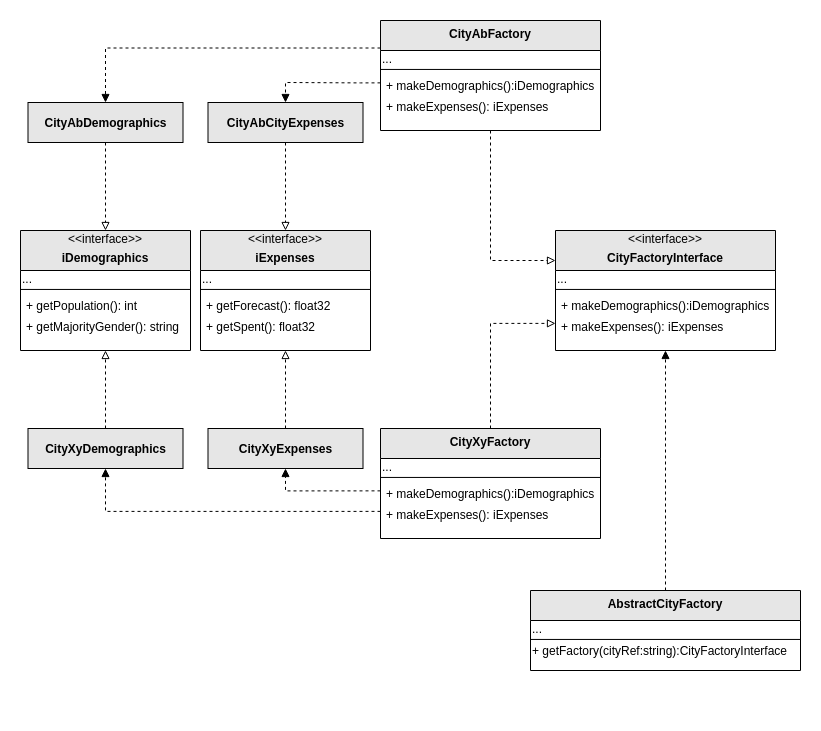
The draw.io diagram AbstractFactory/sample.png in marcelkohl/go-design-patterns, before a commit. Source tidied: cells renumbered, new cells last; positions are measured from the earlier drawing's top-left corner, leaving out a move shared by most shapes.
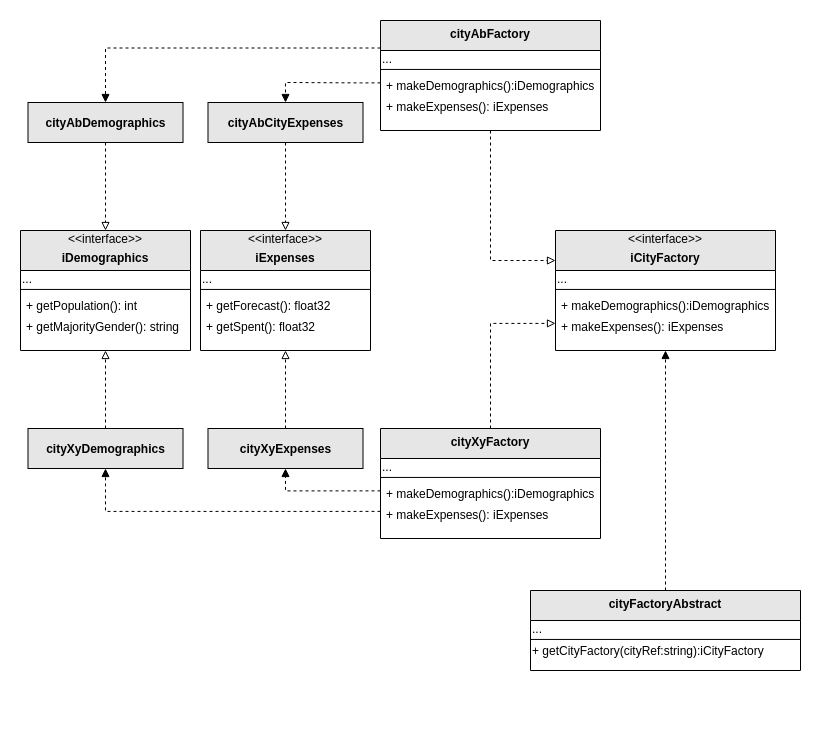
After the change.

Commit message:
implemented demographics and expenses interface; implemented factory for city Ab; created main go file;

What changed in the source:
```diff
@@ -5,7 +5,7 @@
     <mxCell id="2" style="group;fontFamily=Verdana;rounded=0;glass=0;" parent="1" vertex="1">
       <mxGeometry x="535" y="210" width="220" height="120" as="geometry" />
     </mxCell>
-    <mxCell id="3" value="&#10;CityFactoryInterface" style="swimlane;fontStyle=1;align=center;verticalAlign=top;horizontal=1;startSize=40;rounded=0;shadow=0;strokeWidth=1;fillColor=#E6E6E6;" parent="2" vertex="1">
+    <mxCell id="3" value="&#10;iCityFactory" style="swimlane;fontStyle=1;align=center;verticalAlign=top;horizontal=1;startSize=40;rounded=0;shadow=0;strokeWidth=1;fillColor=#E6E6E6;" parent="2" vertex="1">
       <mxGeometry width="220" height="120" as="geometry" />
     </mxCell>
     <mxCell id="4" value="..." style="text;html=1;strokeColor=none;fillColor=none;align=left;verticalAlign=middle;whiteSpace=wrap;rounded=0;" parent="3" vertex="1">
@@ -26,7 +26,7 @@
     <mxCell id="9" style="group;fontFamily=Verdana;rounded=0;glass=0;" parent="1" vertex="1">
       <mxGeometry x="360" width="220" height="120" as="geometry" />
     </mxCell>
-    <mxCell id="10" value="CityAbFactory" style="swimlane;fontStyle=1;align=center;verticalAlign=top;horizontal=1;startSize=30;rounded=0;shadow=0;strokeWidth=1;fillColor=#E6E6E6;" parent="9" vertex="1">
+    <mxCell id="10" value="cityAbFactory" style="swimlane;fontStyle=1;align=center;verticalAlign=top;horizontal=1;startSize=30;rounded=0;shadow=0;strokeWidth=1;fillColor=#E6E6E6;" parent="9" vertex="1">
       <mxGeometry width="220" height="110" as="geometry" />
     </mxCell>
     <mxCell id="11" value="..." style="text;html=1;strokeColor=none;fillColor=none;align=left;verticalAlign=middle;whiteSpace=wrap;rounded=0;" parent="10" vertex="1">
@@ -44,7 +44,7 @@
     <mxCell id="15" style="group;fontFamily=Verdana;rounded=0;glass=0;" parent="1" vertex="1">
       <mxGeometry x="360" y="408" width="220" height="120" as="geometry" />
     </mxCell>
-    <mxCell id="16" value="CityXyFactory" style="swimlane;fontStyle=1;align=center;verticalAlign=top;horizontal=1;startSize=30;rounded=0;shadow=0;strokeWidth=1;fillColor=#E6E6E6;" parent="15" vertex="1">
+    <mxCell id="16" value="cityXyFactory" style="swimlane;fontStyle=1;align=center;verticalAlign=top;horizontal=1;startSize=30;rounded=0;shadow=0;strokeWidth=1;fillColor=#E6E6E6;" parent="15" vertex="1">
       <mxGeometry width="220" height="110" as="geometry" />
     </mxCell>
     <mxCell id="17" value="..." style="text;html=1;strokeColor=none;fillColor=none;align=left;verticalAlign=middle;whiteSpace=wrap;rounded=0;" parent="16" vertex="1">
@@ -110,7 +110,7 @@
     <mxCell id="37" style="group;fontFamily=Verdana;rounded=0;glass=0;" parent="1" vertex="1">
       <mxGeometry x="510" y="570" width="270" height="120" as="geometry" />
     </mxCell>
-    <mxCell id="38" value="AbstractCityFactory" style="swimlane;fontStyle=1;align=center;verticalAlign=top;horizontal=1;startSize=30;rounded=0;shadow=0;strokeWidth=1;fillColor=#E6E6E6;" parent="37" vertex="1">
+    <mxCell id="38" value="cityFactoryAbstract" style="swimlane;fontStyle=1;align=center;verticalAlign=top;horizontal=1;startSize=30;rounded=0;shadow=0;strokeWidth=1;fillColor=#E6E6E6;" parent="37" vertex="1">
       <mxGeometry width="270" height="80" as="geometry" />
     </mxCell>
     <mxCell id="39" value="..." style="text;html=1;strokeColor=none;fillColor=none;align=left;verticalAlign=middle;whiteSpace=wrap;rounded=0;" parent="38" vertex="1">
@@ -119,7 +119,7 @@
     <mxCell id="40" style="line;html=1;strokeWidth=1;align=left;verticalAlign=middle;spacingTop=-1;spacingLeft=3;spacingRight=3;labelPosition=right;" parent="38" vertex="1">
       <mxGeometry y="45.8" width="270" height="6.3" as="geometry" />
     </mxCell>
-    <mxCell id="41" value="&lt;div&gt;+ getFactory(cityRef:string):CityFactoryInterface&lt;/div&gt;" style="text;html=1;strokeColor=none;fillColor=none;align=left;verticalAlign=middle;whiteSpace=wrap;rounded=0;" parent="38" vertex="1">
+    <mxCell id="41" value="&lt;div&gt;+ getCityFactory(cityRef:string):iCityFactory&lt;/div&gt;" style="text;html=1;strokeColor=none;fillColor=none;align=left;verticalAlign=middle;whiteSpace=wrap;rounded=0;" parent="38" vertex="1">
       <mxGeometry y="52.1" width="270" height="15.8" as="geometry" />
     </mxCell>
     <mxCell id="42" style="edgeStyle=orthogonalEdgeStyle;rounded=0;jettySize=auto;html=1;exitX=0.5;exitY=0;exitDx=0;exitDy=0;entryX=0.5;entryY=1;entryDx=0;entryDy=0;dashed=1;fontFamily=Georgia;endArrow=block;endFill=1;" parent="1" edge="1" source="38" target="3">
@@ -128,13 +128,13 @@
     <mxCell id="43" style="edgeStyle=orthogonalEdgeStyle;rounded=0;jettySize=auto;html=1;exitX=0.5;exitY=0;exitDx=0;exitDy=0;entryX=0.5;entryY=1;entryDx=0;entryDy=0;dashed=1;fontFamily=Verdana;endArrow=block;endFill=0;" parent="1" edge="1" source="44" target="31">
       <mxGeometry relative="1" as="geometry" />
     </mxCell>
-    <mxCell id="44" value="&lt;font face=&quot;Helvetica&quot;&gt;CityXyExpenses&lt;/font&gt;" style="rounded=0;whiteSpace=wrap;html=1;glass=0;fontFamily=Verdana;fillColor=#E6E6E6;align=center;fontStyle=1;" parent="1" vertex="1">
+    <mxCell id="44" value="&lt;font face=&quot;Helvetica&quot;&gt;cityXyExpenses&lt;/font&gt;" style="rounded=0;whiteSpace=wrap;html=1;glass=0;fontFamily=Verdana;fillColor=#E6E6E6;align=center;fontStyle=1;" parent="1" vertex="1">
       <mxGeometry x="187.5" y="408" width="155" height="40" as="geometry" />
     </mxCell>
     <mxCell id="45" style="edgeStyle=orthogonalEdgeStyle;rounded=0;jettySize=auto;html=1;exitX=0.5;exitY=0;exitDx=0;exitDy=0;entryX=0.5;entryY=1;entryDx=0;entryDy=0;dashed=1;fontFamily=Verdana;endArrow=block;endFill=0;" parent="1" edge="1" source="46" target="24">
       <mxGeometry relative="1" as="geometry" />
     </mxCell>
-    <mxCell id="46" value="&lt;font face=&quot;Helvetica&quot;&gt;CityXy&lt;/font&gt;&lt;font face=&quot;Helvetica&quot;&gt;Demographics&lt;/font&gt;" style="rounded=0;whiteSpace=wrap;html=1;glass=0;fontFamily=Verdana;fillColor=#E6E6E6;align=center;fontStyle=1;" parent="1" vertex="1">
+    <mxCell id="46" value="&lt;font face=&quot;Helvetica&quot;&gt;cityXy&lt;/font&gt;&lt;font face=&quot;Helvetica&quot;&gt;Demographics&lt;/font&gt;" style="rounded=0;whiteSpace=wrap;html=1;glass=0;fontFamily=Verdana;fillColor=#E6E6E6;align=center;fontStyle=1;" parent="1" vertex="1">
       <mxGeometry x="7.5" y="408" width="155" height="40" as="geometry" />
     </mxCell>
     <mxCell id="47" style="edgeStyle=orthogonalEdgeStyle;rounded=0;jettySize=auto;html=1;exitX=0;exitY=0.5;exitDx=0;exitDy=0;entryX=0.5;entryY=1;entryDx=0;entryDy=0;dashed=1;fontFamily=Verdana;endArrow=block;endFill=1;" parent="1" edge="1" source="20" target="46">
@@ -149,7 +149,7 @@
     <mxCell id="50" style="edgeStyle=orthogonalEdgeStyle;rounded=0;jettySize=auto;html=1;exitX=0.5;exitY=1;exitDx=0;exitDy=0;entryX=0.5;entryY=0;entryDx=0;entryDy=0;dashed=1;fontFamily=Verdana;endArrow=block;endFill=0;" parent="1" edge="1" source="51" target="36">
       <mxGeometry relative="1" as="geometry" />
     </mxCell>
-    <mxCell id="51" value="&lt;font face=&quot;Helvetica&quot;&gt;CityAbCityExpenses&lt;/font&gt;" style="rounded=0;whiteSpace=wrap;html=1;glass=0;fontFamily=Verdana;fillColor=#E6E6E6;align=center;fontStyle=1;" parent="1" vertex="1">
+    <mxCell id="51" value="&lt;font face=&quot;Helvetica&quot;&gt;cityAbCityExpenses&lt;/font&gt;" style="rounded=0;whiteSpace=wrap;html=1;glass=0;fontFamily=Verdana;fillColor=#E6E6E6;align=center;fontStyle=1;" parent="1" vertex="1">
       <mxGeometry x="187.5" y="82" width="155" height="40" as="geometry" />
     </mxCell>
     <mxCell id="52" style="edgeStyle=orthogonalEdgeStyle;rounded=0;jettySize=auto;html=1;exitX=0;exitY=0.25;exitDx=0;exitDy=0;entryX=0.5;entryY=0;entryDx=0;entryDy=0;dashed=1;fontFamily=Verdana;endArrow=block;endFill=1;" parent="1" edge="1" source="10" target="54">
@@ -158,7 +158,7 @@
     <mxCell id="53" style="edgeStyle=orthogonalEdgeStyle;rounded=0;jettySize=auto;html=1;exitX=0;exitY=0.5;exitDx=0;exitDy=0;entryX=0.5;entryY=0;entryDx=0;entryDy=0;dashed=1;fontFamily=Verdana;endArrow=block;endFill=1;" parent="1" edge="1" source="13" target="51">
       <mxGeometry relative="1" as="geometry" />
     </mxCell>
-    <mxCell id="54" value="&lt;font face=&quot;Helvetica&quot;&gt;CityAb&lt;/font&gt;&lt;font face=&quot;Helvetica&quot;&gt;Demographics&lt;/font&gt;" style="rounded=0;whiteSpace=wrap;html=1;glass=0;fontFamily=Verdana;fillColor=#E6E6E6;align=center;fontStyle=1;" parent="1" vertex="1">
+    <mxCell id="54" value="&lt;font face=&quot;Helvetica&quot;&gt;cityAb&lt;/font&gt;&lt;font face=&quot;Helvetica&quot;&gt;Demographics&lt;/font&gt;" style="rounded=0;whiteSpace=wrap;html=1;glass=0;fontFamily=Verdana;fillColor=#E6E6E6;align=center;fontStyle=1;" parent="1" vertex="1">
       <mxGeometry x="7.5" y="82" width="155" height="40" as="geometry" />
     </mxCell>
   </root>
```
